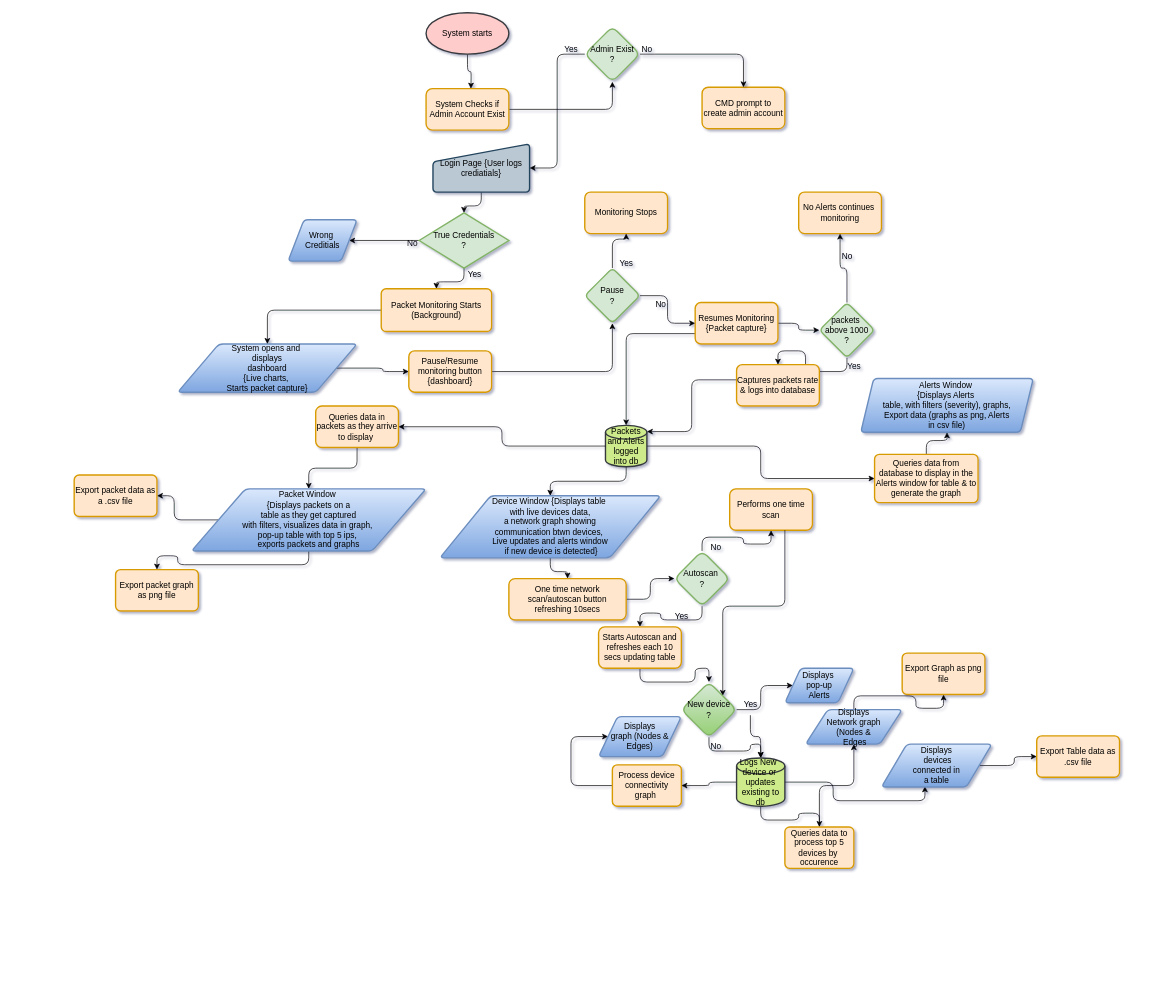
Earlier version of the draw.io diagram docs/Untitled Diagram.drawio (Bigst3pp3r/Simple-Network-Monitoring-System-main). Source tidied: cells renumbered, new cells numbered last; positions are measured from the earlier drawing's top-left corner, leaving out a move shared by most shapes. Both pictures are drawn from the tidied source at 69%, with x=0, y=0 at pixel (74, 12).
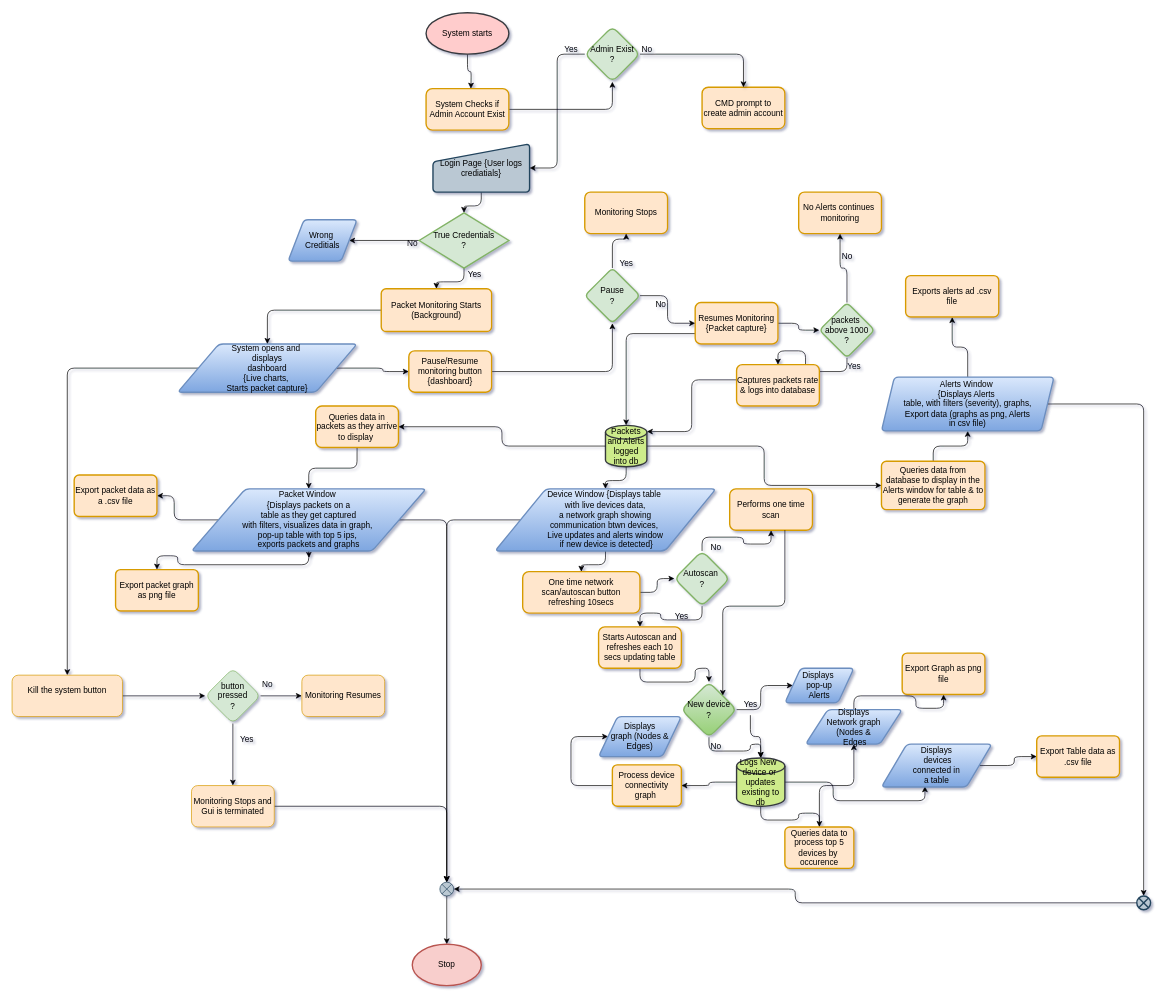
The same diagram, later.

Unchanged cells that the change refers to:
```xml
<mxCell id="44" value="Packet Window&amp;nbsp;&lt;div&gt;{Displays packets on a&lt;/div&gt;&lt;div&gt;&amp;nbsp;table as they&amp;nbsp;&lt;span style=&quot;background-color: transparent; color: light-dark(rgb(0, 0, 0), rgb(255, 255, 255));&quot;&gt;get captured&amp;nbsp;&lt;/span&gt;&lt;/div&gt;&lt;div&gt;with filters, visualizes data in graph,&amp;nbsp;&lt;/div&gt;&lt;div&gt;pop-up table with top 5 ips,&amp;nbsp;&lt;/div&gt;&lt;div&gt;exports packets and graphs&lt;/div&gt;" style="strokeWidth=2;html=1;shape=parallelogram;whiteSpace=wrap;rounded=1;fillColor=#dae8fc;strokeColor=#6c8ebf;gradientColor=#7ea6e0;perimeter=parallelogramPerimeter;arcSize=12;size=0.23;" parent="1" vertex="1">
  <mxGeometry x="170" y="690" width="340" height="90" as="geometry" />
</mxCell>
<mxCell id="81" value="System opens and&amp;nbsp;&lt;div&gt;displays&lt;div&gt;&lt;span style=&quot;background-color: transparent; color: light-dark(rgb(0, 0, 0), rgb(255, 255, 255));&quot;&gt;&amp;nbsp;dashboard&amp;nbsp;&lt;/span&gt;&lt;/div&gt;&lt;div&gt;&lt;span style=&quot;background-color: transparent; color: light-dark(rgb(0, 0, 0), rgb(255, 255, 255));&quot;&gt;{Live charts,&amp;nbsp;&lt;/span&gt;&lt;/div&gt;&lt;div&gt;&lt;span style=&quot;background-color: transparent; color: light-dark(rgb(0, 0, 0), rgb(255, 255, 255));&quot;&gt;Starts packet capture&lt;/span&gt;&lt;span style=&quot;background-color: transparent; color: light-dark(rgb(0, 0, 0), rgb(255, 255, 255));&quot;&gt;}&lt;/span&gt;&lt;/div&gt;&lt;/div&gt;" style="rounded=1;whiteSpace=wrap;html=1;absoluteArcSize=1;arcSize=12;strokeWidth=2;fillColor=#dae8fc;strokeColor=#6c8ebf;shape=parallelogram;gradientColor=#7ea6e0;perimeter=parallelogramPerimeter;size=0.23;" parent="1" vertex="1">
  <mxGeometry x="150" y="480" width="260" height="70" as="geometry" />
</mxCell>
```

Change to the diagram source:
```diff
@@
     <mxCell id="33" value="One time network scan/autoscan button&lt;div&gt;refreshing 10secs&lt;/div&gt;" style="rounded=1;whiteSpace=wrap;html=1;fillColor=#ffe6cc;strokeColor=#d79b00;strokeWidth=2;" parent="1" vertex="1">
-      <mxGeometry x="630" y="820" width="170" height="60" as="geometry" />
+      <mxGeometry x="650" y="810" width="170" height="60" as="geometry" />
     </mxCell>
@@
+    <mxCell id="92" style="edgeStyle=orthogonalEdgeStyle;rounded=0;jettySize=auto;html=1;exitX=0.5;exitY=1;exitDx=0;exitDy=0;" parent="1" edge="1" source="44">
+      <mxGeometry relative="1" as="geometry">
+        <mxPoint x="340.4" y="790" as="targetPoint" />
+      </mxGeometry>
+    </mxCell>
+    <mxCell id="93" style="edgeStyle=orthogonalEdgeStyle;rounded=1;jettySize=auto;html=1;curved=0;" parent="1" edge="1" source="44" target="100">
+      <mxGeometry relative="1" as="geometry" />
+    </mxCell>
@@
     <mxCell id="65" value="Queries data from database to display in the Alerts window for table &amp;amp; to generate the graph" style="rounded=1;whiteSpace=wrap;html=1;absoluteArcSize=1;arcSize=14;strokeWidth=2;fillColor=#ffe6cc;strokeColor=#d79b00;" parent="1" vertex="1">
-      <mxGeometry x="1160" y="640" width="150" height="70" as="geometry" />
+      <mxGeometry x="1170" y="650" width="150" height="70" as="geometry" />
     </mxCell>
@@
+    <mxCell id="94" style="edgeStyle=orthogonalEdgeStyle;rounded=1;jettySize=auto;html=1;curved=0;" parent="1" edge="1" source="76" target="100">
+      <mxGeometry relative="1" as="geometry" />
+    </mxCell>
     <mxCell id="76" value="Device Window {Displays table&amp;nbsp;&lt;div&gt;&lt;span style=&quot;background-color: transparent; color: light-dark(rgb(0, 0, 0), rgb(255, 255, 255));&quot;&gt;with live devices data,&lt;/span&gt;&lt;div&gt;&amp;nbsp;a network graph showing&amp;nbsp;&lt;/div&gt;&lt;div&gt;communication btwn devices,&amp;nbsp;&lt;/div&gt;&lt;div&gt;Live updates and alerts window&lt;/div&gt;&lt;div&gt;&amp;nbsp;if new device is detected}&lt;/div&gt;&lt;/div&gt;" style="shape=parallelogram;html=1;strokeWidth=2;perimeter=parallelogramPerimeter;whiteSpace=wrap;rounded=1;arcSize=12;size=0.23;fillColor=#dae8fc;gradientColor=#7ea6e0;strokeColor=#6c8ebf;" parent="1" vertex="1">
-      <mxGeometry x="530" y="700" width="320" height="90" as="geometry" />
+      <mxGeometry x="610" y="690" width="320" height="90" as="geometry" />
     </mxCell>
@@
+    <mxCell id="95" style="edgeStyle=orthogonalEdgeStyle;rounded=1;jettySize=auto;html=1;curved=0;" parent="1" edge="1" source="79" target="98">
+      <mxGeometry relative="1" as="geometry" />
+    </mxCell>
+    <mxCell id="96" style="edgeStyle=orthogonalEdgeStyle;rounded=1;jettySize=auto;html=1;curved=0;" parent="1" edge="1" source="79" target="112">
+      <mxGeometry relative="1" as="geometry" />
+    </mxCell>
     <mxCell id="79" value="Alerts Window&amp;nbsp;&lt;div&gt;&lt;span style=&quot;background-color: transparent; color: light-dark(rgb(0, 0, 0), rgb(255, 255, 255));&quot;&gt;{Displays Alerts&amp;nbsp;&lt;/span&gt;&lt;div&gt;table, with filters (severity), graphs,&lt;/div&gt;&lt;div&gt;Export data (graphs as png, Alerts&lt;/div&gt;&lt;div&gt;in csv file)&lt;/div&gt;&lt;/div&gt;" style="shape=parallelogram;html=1;strokeWidth=2;perimeter=parallelogramPerimeter;whiteSpace=wrap;rounded=1;arcSize=12;size=0.07500000000000001;fillColor=#dae8fc;gradientColor=#7ea6e0;strokeColor=#6c8ebf;" parent="1" vertex="1">
-      <mxGeometry x="1140" y="530" width="250" height="78" as="geometry" />
+      <mxGeometry x="1170" y="528" width="250" height="78" as="geometry" />
     </mxCell>
@@
+    <mxCell id="97" style="edgeStyle=orthogonalEdgeStyle;rounded=1;jettySize=auto;html=1;curved=0;" parent="1" edge="1" source="81" target="102">
+      <mxGeometry relative="1" as="geometry" />
+    </mxCell>
@@
+    <mxCell id="98" value="Exports alerts ad .csv file" style="whiteSpace=wrap;html=1;fillColor=#ffe6cc;strokeColor=#d79b00;strokeWidth=2;rounded=1;arcSize=12;" parent="1" vertex="1">
+      <mxGeometry x="1205" y="381" width="135" height="60" as="geometry" />
+    </mxCell>
+    <mxCell id="99" style="edgeStyle=orthogonalEdgeStyle;rounded=0;jettySize=auto;html=1;" parent="1" edge="1" source="100" target="113">
+      <mxGeometry relative="1" as="geometry" />
+    </mxCell>
+    <mxCell id="100" value="&lt;br&gt;&lt;div&gt;&lt;br&gt;&lt;/div&gt;" style="whiteSpace=wrap;html=1;fillColor=#bac8d3;strokeColor=#23445d;verticalLabelPosition=bottom;verticalAlign=top;shape=mxgraph.flowchart.or;" parent="1" vertex="1">
+      <mxGeometry x="530" y="1260" width="20" height="20" as="geometry" />
+    </mxCell>
+    <mxCell id="101" style="edgeStyle=orthogonalEdgeStyle;rounded=1;jettySize=auto;html=1;curved=0;" parent="1" edge="1" source="102" target="105">
+      <mxGeometry relative="1" as="geometry" />
+    </mxCell>
+    <mxCell id="102" value="Kill the system button&lt;div&gt;&lt;br&gt;&lt;/div&gt;" style="rounded=1;whiteSpace=wrap;html=1;fillColor=#ffe6cc;strokeColor=#d79b00;" parent="1" vertex="1">
+      <mxGeometry x="-90" y="960" width="160" height="60" as="geometry" />
+    </mxCell>
+    <mxCell id="103" style="edgeStyle=orthogonalEdgeStyle;rounded=1;jettySize=auto;html=1;curved=0;" parent="1" edge="1" source="105" target="106">
+      <mxGeometry relative="1" as="geometry" />
+    </mxCell>
+    <mxCell id="104" style="edgeStyle=orthogonalEdgeStyle;rounded=1;jettySize=auto;html=1;curved=0;" parent="1" edge="1" source="105" target="109">
+      <mxGeometry relative="1" as="geometry" />
+    </mxCell>
+    <mxCell id="105" value="button pressed&lt;div&gt;?&lt;/div&gt;" style="rhombus;whiteSpace=wrap;html=1;fillColor=#d5e8d4;strokeColor=#82b366;rounded=1;" parent="1" vertex="1">
+      <mxGeometry x="190" y="950" width="80" height="80" as="geometry" />
+    </mxCell>
+    <mxCell id="106" value="Monitoring Resumes" style="whiteSpace=wrap;html=1;fillColor=#ffe6cc;strokeColor=#d79b00;rounded=1;" parent="1" vertex="1">
+      <mxGeometry x="330" y="960" width="120" height="60" as="geometry" />
+    </mxCell>
+    <mxCell id="107" value="No" style="text;html=1;align=center;verticalAlign=middle;strokeColor=none;fillColor=none;" parent="1" vertex="1">
+      <mxGeometry x="260" y="958" width="40" height="30" as="geometry" />
+    </mxCell>
+    <mxCell id="108" style="edgeStyle=orthogonalEdgeStyle;rounded=1;jettySize=auto;html=1;curved=0;" parent="1" edge="1" source="109" target="100">
+      <mxGeometry relative="1" as="geometry" />
+    </mxCell>
+    <mxCell id="109" value="Monitoring Stops and Gui is terminated" style="whiteSpace=wrap;html=1;fillColor=#ffe6cc;strokeColor=#d79b00;rounded=1;" parent="1" vertex="1">
+      <mxGeometry x="170" y="1120" width="120" height="60" as="geometry" />
+    </mxCell>
+    <mxCell id="110" value="Yes" style="text;html=1;align=center;verticalAlign=middle;strokeColor=none;fillColor=none;" parent="1" vertex="1">
+      <mxGeometry x="230" y="1038" width="40" height="30" as="geometry" />
+    </mxCell>
+    <mxCell id="111" style="edgeStyle=orthogonalEdgeStyle;rounded=1;jettySize=auto;html=1;entryX=1;entryY=0.5;entryDx=0;entryDy=0;entryPerimeter=0;curved=0;" parent="1" edge="1" source="112" target="100">
+      <mxGeometry relative="1" as="geometry" />
+    </mxCell>
+    <mxCell id="112" style="shape=mxgraph.flowchart.or;sketch=0;size=6;fillColor=#bac8d3;snapToPoint=1;strokeColor=#23445d;strokeWidth=2;rounded=1;arcSize=12;verticalLabelPosition=bottom;verticalAlign=top;html=1;" parent="1" vertex="1">
+      <mxGeometry x="1540" y="1280" width="20" height="20" as="geometry" />
+    </mxCell>
+    <mxCell id="113" value="Stop" style="strokeWidth=2;html=1;shape=mxgraph.flowchart.start_1;whiteSpace=wrap;fillColor=#f8cecc;strokeColor=#b85450;" parent="1" vertex="1">
+      <mxGeometry x="490" y="1350" width="100" height="60" as="geometry" />
+    </mxCell>
```
